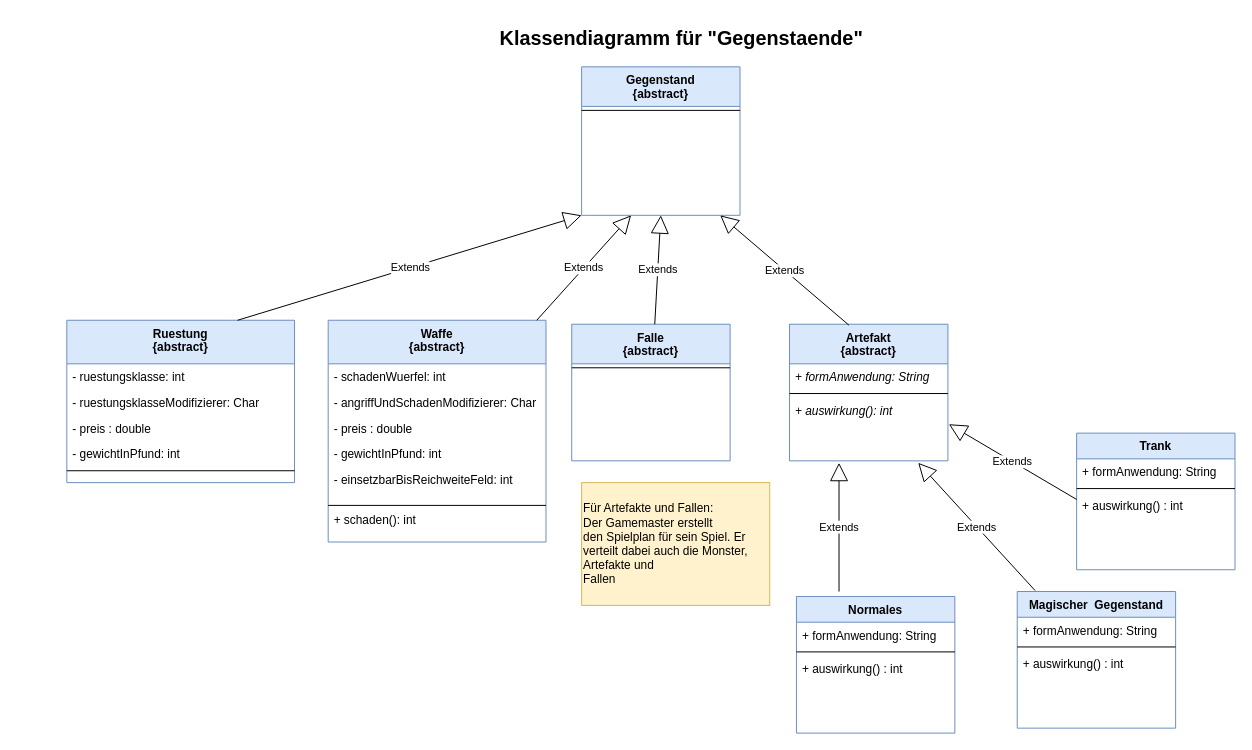
Earlier version of the draw.io diagram src/template/gegenstaende/gegenstaende.drawio (Nasanin-Parast/Rollenspiel). Source tidied: cells renumbered, new cells numbered last; positions are measured from the earlier drawing's top-left corner, leaving out a move shared by most shapes. Both pictures are drawn from the tidied source at 99%, with x=0, y=0 at pixel (66, 17).
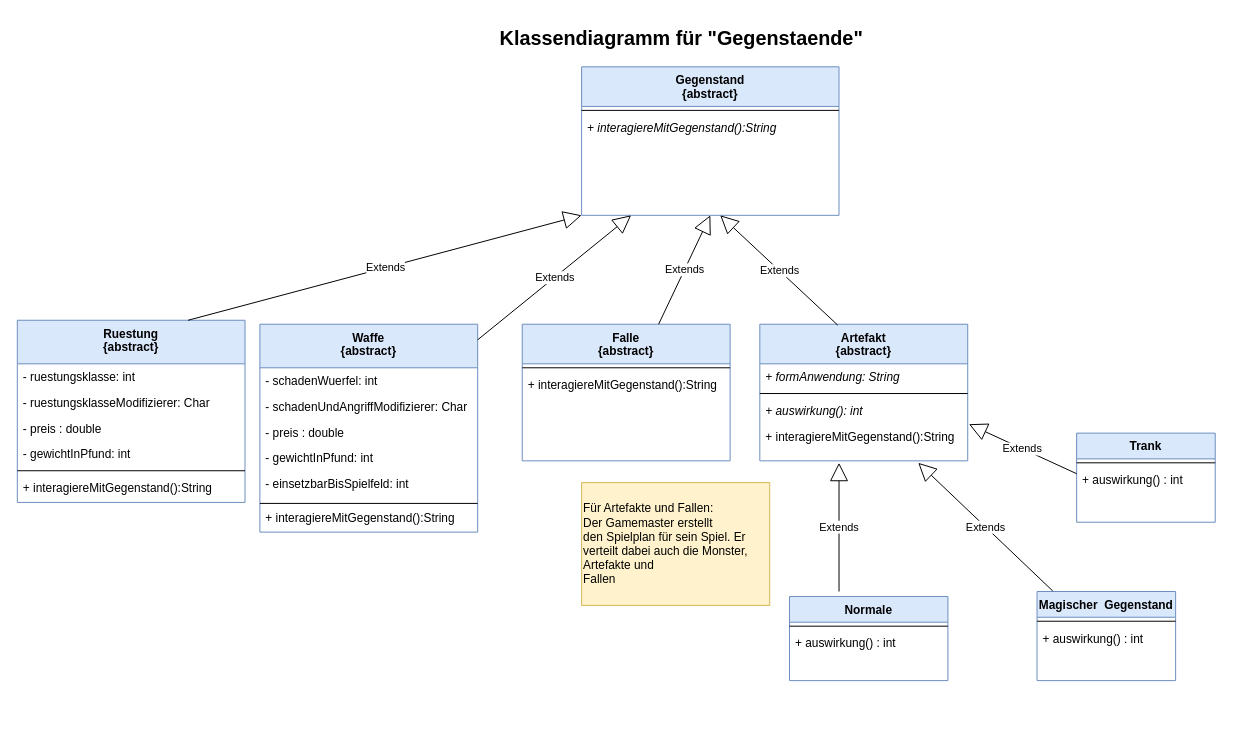
The same page after the edit.

Commit message:
Gegenstand implementiert mit factory Pattern test 4.0

What changed in the source:
```diff
@@
     <mxCell id="2" value="Gegenstand&#10;{abstract}" style="swimlane;fontStyle=1;align=center;verticalAlign=top;horizontal=1;startSize=40;rounded=0;shadow=0;strokeWidth=1;fillColor=#dae8fc;strokeColor=#6c8ebf;" parent="1" vertex="1">
-      <mxGeometry x="520" y="50" width="160" height="150" as="geometry" />
+      <mxGeometry x="520" y="50" width="260" height="150" as="geometry" />
     </mxCell>
     <mxCell id="3" style="line;html=1;strokeWidth=1;align=left;verticalAlign=middle;spacingTop=-1;spacingLeft=3;spacingRight=3;labelPosition=right;" parent="2" vertex="1">
-      <mxGeometry y="40" width="160" height="8" as="geometry" />
+      <mxGeometry y="40" width="260" height="8" as="geometry" />
     </mxCell>
+    <mxCell id="45" value="+ interagiereMitGegenstand():String" style="text;align=left;verticalAlign=top;spacingLeft=4;spacingRight=4;overflow=hidden;fontStyle=2;" parent="2" vertex="1">
+      <mxGeometry y="48" width="260" height="26" as="geometry" />
+    </mxCell>
     <mxCell id="4" value="Ruestung&#10;{abstract}" style="swimlane;fontStyle=1;align=center;verticalAlign=top;horizontal=1;startSize=44;rounded=0;shadow=0;strokeWidth=1;fillColor=#dae8fc;strokeColor=#6c8ebf;" parent="1" vertex="1">
-      <mxGeometry y="306" width="230" height="164" as="geometry" />
+      <mxGeometry x="-50" y="306" width="230" height="184" as="geometry" />
     </mxCell>
@@
+    <mxCell id="46" value="+ interagiereMitGegenstand():String" style="text;align=left;verticalAlign=top;spacingLeft=4;spacingRight=4;overflow=hidden;fontStyle=0;" parent="4" vertex="1">
+      <mxGeometry y="156" width="230" height="26" as="geometry" />
+    </mxCell>
     <mxCell id="10" value="Waffe&#10;{abstract}" style="swimlane;fontStyle=1;align=center;verticalAlign=top;horizontal=1;startSize=44;rounded=0;shadow=0;strokeWidth=1;fillColor=#dae8fc;strokeColor=#6c8ebf;" parent="1" vertex="1">
-      <mxGeometry x="264" y="306" width="220" height="224" as="geometry" />
+      <mxGeometry x="195" y="310" width="220" height="210" as="geometry" />
     </mxCell>
@@
-    <mxCell id="12" value="- angriffUndSchadenModifizierer: Char" style="text;align=left;verticalAlign=top;spacingLeft=4;spacingRight=4;overflow=hidden;" parent="10" vertex="1">
+    <mxCell id="12" value="- schadenUndAngriffModifizierer: Char" style="text;align=left;verticalAlign=top;spacingLeft=4;spacingRight=4;overflow=hidden;" parent="10" vertex="1">
       <mxGeometry y="70" width="220" height="26" as="geometry" />
     </mxCell>
@@
-    <mxCell id="15" value="- einsetzbarBisReichweiteFeld: int" style="text;align=left;verticalAlign=top;spacingLeft=4;spacingRight=4;overflow=hidden;" parent="10" vertex="1">
-      <mxGeometry y="148" width="220" height="38" as="geometry" />
+    <mxCell id="15" value="- einsetzbarBisSpielfeld: int" style="text;align=left;verticalAlign=top;spacingLeft=4;spacingRight=4;overflow=hidden;" parent="10" vertex="1">
+      <mxGeometry y="148" width="220" height="32" as="geometry" />
     </mxCell>
     <mxCell id="16" style="line;html=1;strokeWidth=1;align=left;verticalAlign=middle;spacingTop=-1;spacingLeft=3;spacingRight=3;labelPosition=right;" parent="10" vertex="1">
-      <mxGeometry y="186" width="220" height="2" as="geometry" />
+      <mxGeometry y="180" width="220" height="2" as="geometry" />
     </mxCell>
-    <mxCell id="17" value="+ schaden(): int" style="text;align=left;verticalAlign=top;spacingLeft=4;spacingRight=4;overflow=hidden;fontStyle=0;" parent="10" vertex="1">
-      <mxGeometry y="188" width="220" height="26" as="geometry" />
-    </mxCell>
+    <mxCell id="47" value="+ interagiereMitGegenstand():String" style="text;align=left;verticalAlign=top;spacingLeft=4;spacingRight=4;overflow=hidden;fontStyle=0;" parent="10" vertex="1">
+      <mxGeometry y="182" width="220" height="26" as="geometry" />
+    </mxCell>
     <mxCell id="18" value="Magischer  Gegenstand" style="swimlane;fontStyle=1;align=center;verticalAlign=top;horizontal=1;startSize=26;rounded=0;shadow=0;strokeWidth=1;fillColor=#dae8fc;strokeColor=#6c8ebf;" parent="1" vertex="1">
-      <mxGeometry x="960" y="580" width="160" height="138" as="geometry" />
+      <mxGeometry x="980" y="580" width="140" height="90" as="geometry" />
     </mxCell>
-    <mxCell id="19" value="+ formAnwendung: String" style="text;align=left;verticalAlign=top;spacingLeft=4;spacingRight=4;overflow=hidden;fontStyle=0;" parent="18" vertex="1">
-      <mxGeometry y="26" width="160" height="26" as="geometry" />
-    </mxCell>
     <mxCell id="20" style="line;html=1;strokeWidth=1;align=left;verticalAlign=middle;spacingTop=-1;spacingLeft=3;spacingRight=3;labelPosition=right;" parent="18" vertex="1">
-      <mxGeometry y="52" width="160" height="8" as="geometry" />
+      <mxGeometry y="26" width="140" height="8" as="geometry" />
     </mxCell>
     <mxCell id="21" value="+ auswirkung() : int" style="text;align=left;verticalAlign=top;spacingLeft=4;spacingRight=4;overflow=hidden;" parent="18" vertex="1">
-      <mxGeometry y="60" width="160" height="26" as="geometry" />
+      <mxGeometry y="34" width="140" height="26" as="geometry" />
     </mxCell>
     <mxCell id="22" value="Falle&#10;{abstract}" style="swimlane;fontStyle=1;align=center;verticalAlign=top;horizontal=1;startSize=40;rounded=0;shadow=0;strokeWidth=1;fillColor=#dae8fc;strokeColor=#6c8ebf;" parent="1" vertex="1">
-      <mxGeometry x="510" y="310" width="160" height="138" as="geometry" />
+      <mxGeometry x="460" y="310" width="210" height="138" as="geometry" />
     </mxCell>
     <mxCell id="23" style="line;html=1;strokeWidth=1;align=left;verticalAlign=middle;spacingTop=-1;spacingLeft=3;spacingRight=3;labelPosition=right;" parent="22" vertex="1">
-      <mxGeometry y="40" width="160" height="8" as="geometry" />
+      <mxGeometry y="40" width="210" height="8" as="geometry" />
     </mxCell>
+    <mxCell id="48" value="+ interagiereMitGegenstand():String" style="text;align=left;verticalAlign=top;spacingLeft=4;spacingRight=4;overflow=hidden;fontStyle=0;" parent="22" vertex="1">
+      <mxGeometry y="48" width="210" height="26" as="geometry" />
+    </mxCell>
     <mxCell id="24" value="Trank" style="swimlane;fontStyle=1;align=center;verticalAlign=top;horizontal=1;startSize=26;rounded=0;shadow=0;strokeWidth=1;fillColor=#dae8fc;strokeColor=#6c8ebf;" parent="1" vertex="1">
-      <mxGeometry x="1020" y="420" width="160" height="138" as="geometry" />
+      <mxGeometry x="1020" y="420" width="140" height="90" as="geometry" />
     </mxCell>
-    <mxCell id="25" value="+ formAnwendung: String" style="text;align=left;verticalAlign=top;spacingLeft=4;spacingRight=4;overflow=hidden;fontStyle=0;" parent="24" vertex="1">
-      <mxGeometry y="26" width="160" height="26" as="geometry" />
-    </mxCell>
     <mxCell id="26" style="line;html=1;strokeWidth=1;align=left;verticalAlign=middle;spacingTop=-1;spacingLeft=3;spacingRight=3;labelPosition=right;" parent="24" vertex="1">
-      <mxGeometry y="52" width="160" height="8" as="geometry" />
+      <mxGeometry y="26" width="140" height="8" as="geometry" />
     </mxCell>
     <mxCell id="27" value="+ auswirkung() : int" style="text;align=left;verticalAlign=top;spacingLeft=4;spacingRight=4;overflow=hidden;points=[[0,0.5],[1,0.5]];portConstraint=eastwest;" parent="24" vertex="1">
-      <mxGeometry y="60" width="160" height="26" as="geometry" />
+      <mxGeometry y="34" width="140" height="26" as="geometry" />
     </mxCell>
     <mxCell id="28" value="Artefakt&#10;{abstract}" style="swimlane;fontStyle=1;align=center;verticalAlign=top;horizontal=1;startSize=40;rounded=0;shadow=0;strokeWidth=1;fillColor=#dae8fc;strokeColor=#6c8ebf;" parent="1" vertex="1">
-      <mxGeometry x="730" y="310" width="160" height="138" as="geometry" />
+      <mxGeometry x="700" y="310" width="210" height="138" as="geometry" />
     </mxCell>
     <mxCell id="29" value="+ formAnwendung: String" style="text;align=left;verticalAlign=top;spacingLeft=4;spacingRight=4;overflow=hidden;fontStyle=2;" parent="28" vertex="1">
-      <mxGeometry y="40" width="160" height="26" as="geometry" />
+      <mxGeometry y="40" width="210" height="26" as="geometry" />
     </mxCell>
     <mxCell id="30" style="line;html=1;strokeWidth=1;align=left;verticalAlign=middle;spacingTop=-1;spacingLeft=3;spacingRight=3;labelPosition=right;" parent="28" vertex="1">
-      <mxGeometry y="66" width="160" height="8" as="geometry" />
+      <mxGeometry y="66" width="210" height="8" as="geometry" />
     </mxCell>
     <mxCell id="31" value="+ auswirkung(): int" style="text;align=left;verticalAlign=top;spacingLeft=4;spacingRight=4;overflow=hidden;points=[[0,0.5],[1,0.5]];portConstraint=eastwest;fontStyle=2;" parent="28" vertex="1">
-      <mxGeometry y="74" width="160" height="26" as="geometry" />
+      <mxGeometry y="74" width="210" height="26" as="geometry" />
     </mxCell>
+    <mxCell id="49" value="+ interagiereMitGegenstand():String" style="text;align=left;verticalAlign=top;spacingLeft=4;spacingRight=4;overflow=hidden;fontStyle=0;" parent="28" vertex="1">
+      <mxGeometry y="100" width="210" height="26" as="geometry" />
+    </mxCell>
@@
-    <mxCell id="33" value="Normales" style="swimlane;fontStyle=1;align=center;verticalAlign=top;horizontal=1;startSize=26;rounded=0;shadow=0;strokeWidth=1;fillColor=#dae8fc;strokeColor=#6c8ebf;" parent="1" vertex="1">
-      <mxGeometry x="737" y="585" width="160" height="138" as="geometry" />
+    <mxCell id="33" value="Normale" style="swimlane;fontStyle=1;align=center;verticalAlign=top;horizontal=1;startSize=26;rounded=0;shadow=0;strokeWidth=1;fillColor=#dae8fc;strokeColor=#6c8ebf;" parent="1" vertex="1">
+      <mxGeometry x="730" y="585" width="160" height="85" as="geometry" />
     </mxCell>
-    <mxCell id="34" value="+ formAnwendung: String" style="text;align=left;verticalAlign=top;spacingLeft=4;spacingRight=4;overflow=hidden;fontStyle=0;" parent="33" vertex="1">
-      <mxGeometry y="26" width="160" height="26" as="geometry" />
-    </mxCell>
     <mxCell id="35" style="line;html=1;strokeWidth=1;align=left;verticalAlign=middle;spacingTop=-1;spacingLeft=3;spacingRight=3;labelPosition=right;" parent="33" vertex="1">
-      <mxGeometry y="52" width="160" height="8" as="geometry" />
+      <mxGeometry y="26" width="160" height="8" as="geometry" />
     </mxCell>
     <mxCell id="36" value="+ auswirkung() : int" style="text;align=left;verticalAlign=top;spacingLeft=4;spacingRight=4;overflow=hidden;" parent="33" vertex="1">
-      <mxGeometry y="60" width="160" height="26" as="geometry" />
+      <mxGeometry y="34" width="160" height="26" as="geometry" />
     </mxCell>
```
